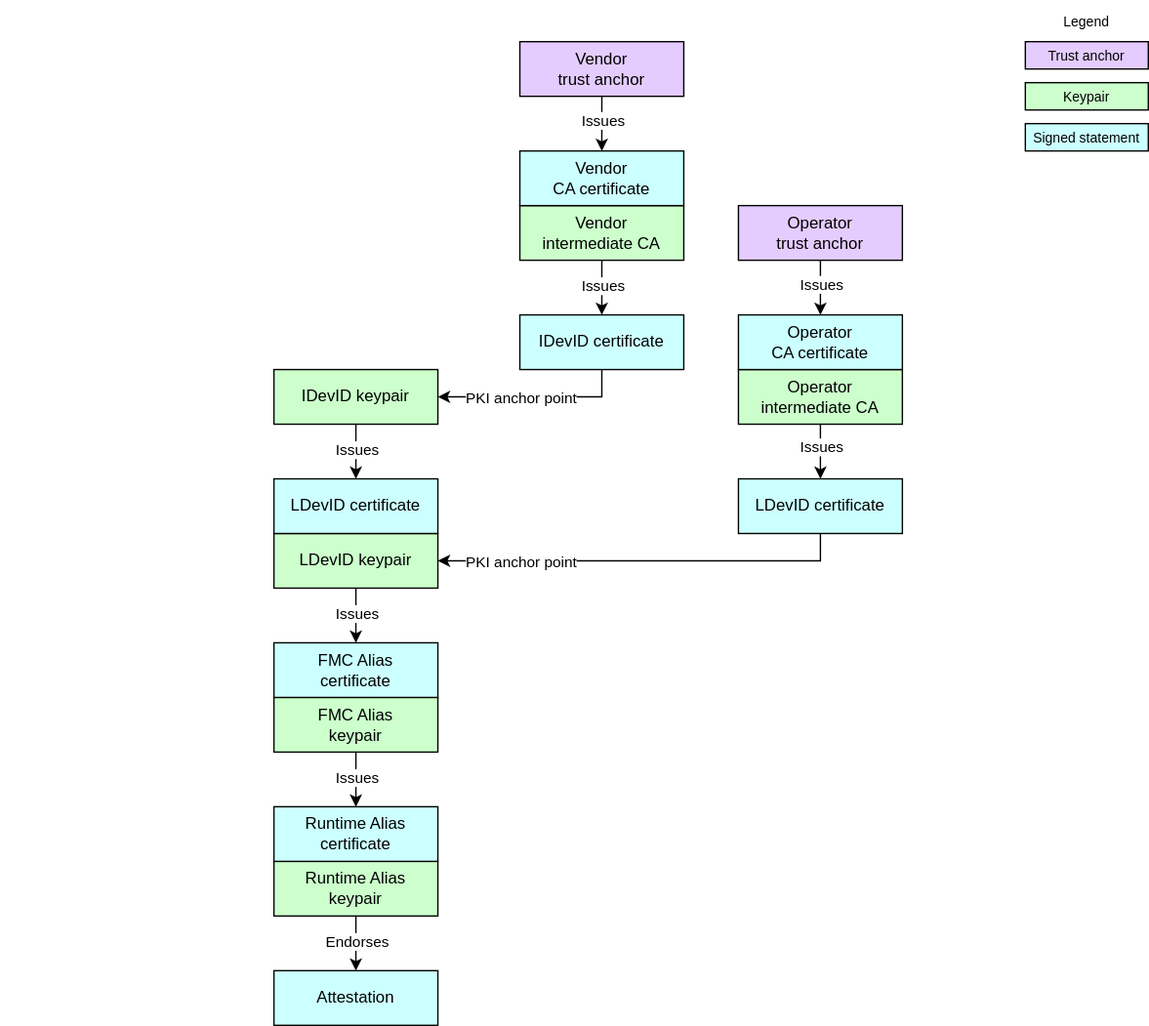
This is specifications/device-trust-anchor-management/diagrams/operator_anchor_point.drawio.svg from opencomputeproject/Security, a draw.io export, as it was before one commit. Source tidied: cells renumbered, new cells last; positions are measured from the earlier drawing's top-left corner, leaving out a move shared by most shapes.
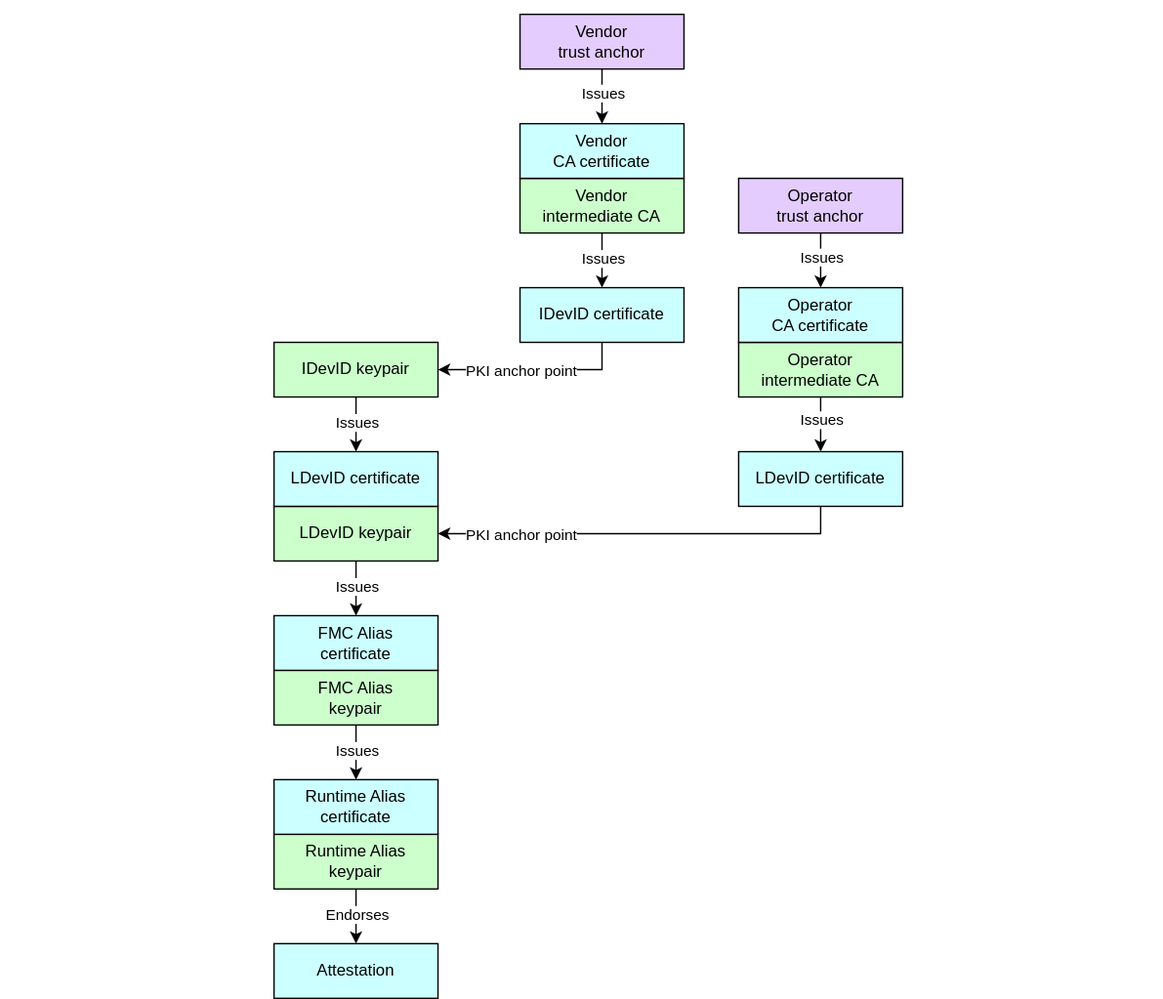
Above is the later version.

What changed in the source:
```diff
@@ -2,18 +2,6 @@
   <root>
     <mxCell id="0" />
     <mxCell id="1" parent="0" />
-    <mxCell id="2" value="&lt;div&gt;&lt;font color=&quot;#000000&quot;&gt;Trust anchor&lt;/font&gt;&lt;/div&gt;" style="rounded=0;whiteSpace=wrap;html=1;align=center;verticalAlign=middle;shadow=0;glass=0;spacingLeft=0;spacingBottom=0;spacingTop=0;fillColor=#E5CCFF;fontSize=10;" parent="1" vertex="1">
-      <mxGeometry x="750" y="30" width="90" height="20" as="geometry" />
-    </mxCell>
-    <mxCell id="3" value="Legend" style="text;strokeColor=none;align=center;fillColor=none;html=1;verticalAlign=middle;whiteSpace=wrap;rounded=0;fontSize=10;" parent="1" vertex="1">
-      <mxGeometry x="765" width="60" height="30" as="geometry" />
-    </mxCell>
-    <mxCell id="4" value="&lt;div&gt;&lt;font color=&quot;#000000&quot;&gt;Signed statement&lt;/font&gt;&lt;/div&gt;" style="rounded=0;whiteSpace=wrap;html=1;align=center;verticalAlign=middle;shadow=0;glass=0;spacingLeft=0;spacingBottom=0;spacingTop=0;fillColor=#CCFFFF;fontSize=10;" parent="1" vertex="1">
-      <mxGeometry x="750" y="90" width="90" height="20" as="geometry" />
-    </mxCell>
-    <mxCell id="5" value="&lt;div&gt;&lt;font color=&quot;#000000&quot;&gt;Keypair&lt;/font&gt;&lt;/div&gt;" style="rounded=0;whiteSpace=wrap;html=1;align=center;verticalAlign=middle;shadow=0;glass=0;spacingLeft=0;spacingBottom=0;spacingTop=0;fillColor=#CCFFCC;fontSize=10;" parent="1" vertex="1">
-      <mxGeometry x="750" y="60" width="90" height="20" as="geometry" />
-    </mxCell>
     <mxCell id="6" style="edgeStyle=none;html=1;exitX=0.5;exitY=1;exitDx=0;exitDy=0;entryX=0.5;entryY=0;entryDx=0;entryDy=0;" parent="1" edge="1" source="8" target="40">
       <mxGeometry relative="1" as="geometry" />
     </mxCell>
@@ -141,5 +129,8 @@
     <mxCell id="42" style="rounded=0;whiteSpace=wrap;html=1;align=center;verticalAlign=middle;shadow=0;glass=0;spacingLeft=0;spacingBottom=0;spacingTop=0;fillColor=#FFFFFF;fontSize=10;strokeColor=#FFFFFF;" parent="1" vertex="1">
       <mxGeometry y="20" width="90" height="20" as="geometry" />
     </mxCell>
+    <mxCell id="43" style="rounded=0;whiteSpace=wrap;html=1;align=center;verticalAlign=middle;shadow=0;glass=0;spacingLeft=0;spacingBottom=0;spacingTop=0;fillColor=#FFFFFF;fontSize=10;strokeColor=#FFFFFF;" parent="1" vertex="1">
+      <mxGeometry x="760" y="20" width="90" height="20" as="geometry" />
+    </mxCell>
   </root>
 </mxGraphModel>
```
